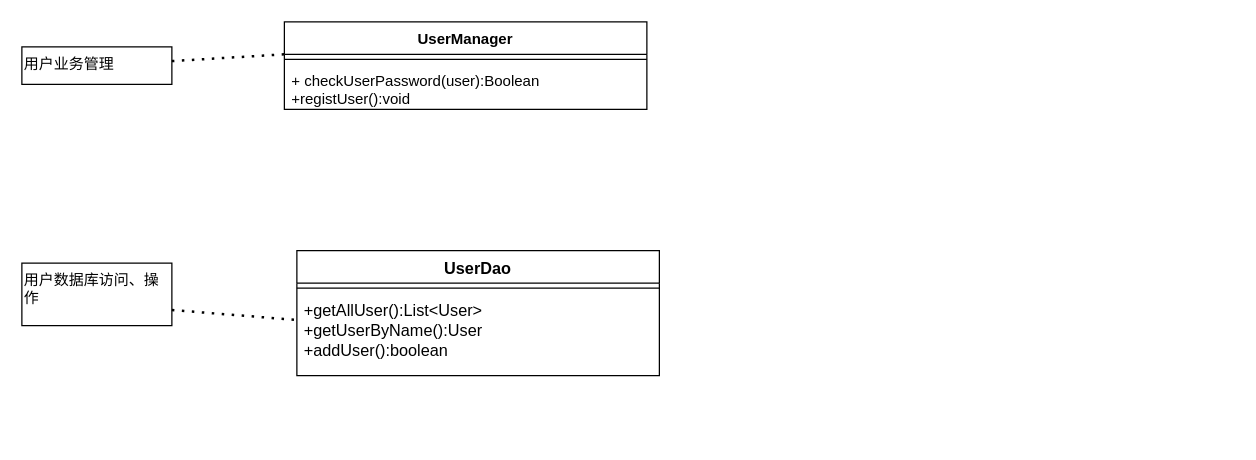
This is iodrawSourceFile/单一职责原则1.drawio from wolfdream080/ProgrammerDrawing, a draw.io file, before an edit. Source tidied: cells renumbered, new cells numbered last; positions are measured from the earlier drawing's top-left corner, leaving out a move shared by most shapes. Both pictures are drawn from the tidied source at 125%, with x=0, y=0 at pixel (21, 21).
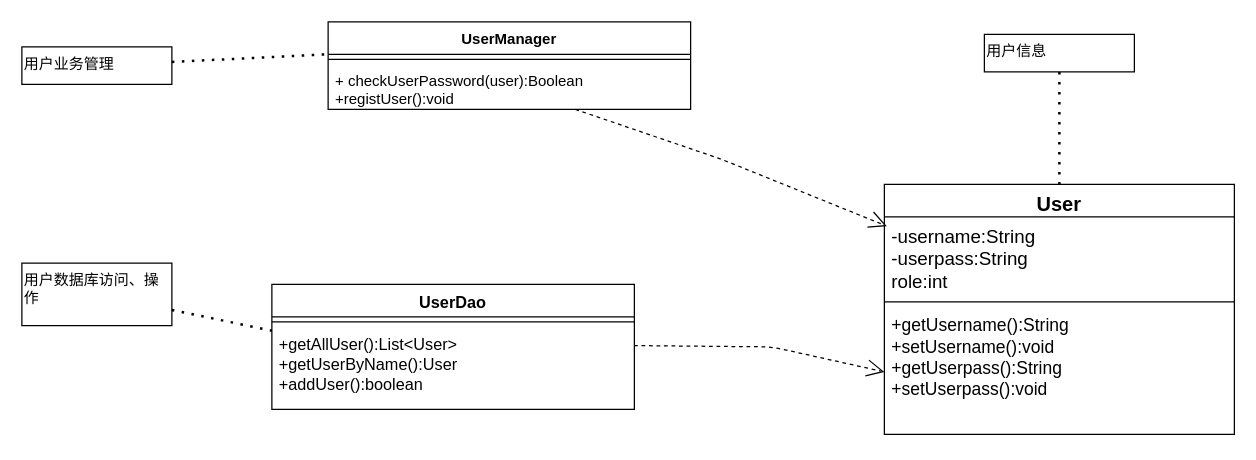
The same page after the edit.

Commit message (it also covers changes not shown here):
Update 单一职责原则1.drawio

The change refers to these unchanged cells:
```xml
<mxCell id="4" value="+ checkUserPassword(user):Boolean&#10;+registUser():void&#10;" style="text;strokeColor=none;fillColor=none;align=left;verticalAlign=top;spacingLeft=4;spacingRight=4;overflow=hidden;points=[[0,0.5],[1,0.5]];portConstraint=eastwest;" parent="2" vertex="1">
  <mxGeometry y="34" width="290" height="36" as="geometry" />
</mxCell>
<mxCell id="11" value="+getAllUser():List&lt;User&gt;&#10;+getUserByName():User&#10;+addUser():boolean" style="text;strokeColor=none;fillColor=none;align=left;verticalAlign=top;spacingLeft=4;spacingRight=4;overflow=hidden;points=[[0,0.5],[1,0.5]];portConstraint=eastwest;fontSize=13;" parent="9" vertex="1">
  <mxGeometry y="34" width="290" height="66" as="geometry" />
</mxCell>
```

What changed in the source:
```diff
@@
     <mxCell id="2" value="UserManager" style="swimlane;fontStyle=1;align=center;verticalAlign=top;horizontal=1;startSize=26;" parent="1" vertex="1">
-      <mxGeometry x="210" width="290" height="70" as="geometry" />
+      <mxGeometry x="245" width="290" height="70" as="geometry" />
     </mxCell>
@@
     <mxCell id="9" value="UserDao" style="swimlane;fontStyle=1;align=center;verticalAlign=top;horizontal=1;startSize=26;fontSize=13;" parent="1" vertex="1">
-      <mxGeometry x="220" y="183" width="290" height="100" as="geometry" />
+      <mxGeometry x="200" y="210" width="290" height="100" as="geometry" />
     </mxCell>
@@
+    <mxCell id="12" value="User" style="swimlane;fontStyle=1;align=center;verticalAlign=top;horizontal=1;startSize=26;shadow=0;glass=0;fontSize=16;gradientColor=none;" parent="1" vertex="1">
+      <mxGeometry x="690" y="130" width="280" height="200" as="geometry" />
+    </mxCell>
+    <mxCell id="13" value="-username:String&#10;-userpass:String&#10;role:int" style="text;strokeColor=none;fillColor=none;align=left;verticalAlign=top;spacingLeft=4;spacingRight=4;overflow=hidden;points=[[0,0.5],[1,0.5]];portConstraint=eastwest;horizontal=1;fontSize=15;" parent="12" vertex="1">
+      <mxGeometry y="26" width="280" height="64" as="geometry" />
+    </mxCell>
+    <mxCell id="14" style="line;strokeWidth=1;fillColor=none;align=left;verticalAlign=middle;spacingTop=-1;spacingLeft=3;spacingRight=3;labelPosition=right;" parent="12" vertex="1">
+      <mxGeometry y="90" width="280" height="8" as="geometry" />
+    </mxCell>
+    <mxCell id="15" value="+getUsername():String&#10;+setUsername():void&#10;+getUserpass():String&#10;+setUserpass():void" style="text;strokeColor=none;fillColor=none;align=left;verticalAlign=top;spacingLeft=4;spacingRight=4;overflow=hidden;fontSize=14;" parent="12" vertex="1">
+      <mxGeometry y="98" width="280" height="102" as="geometry" />
+    </mxCell>
+    <mxCell id="16" value="用户信息" style="rounded=0;whiteSpace=wrap;html=1;shadow=0;glass=0;gradientDirection=north;align=left;verticalAlign=top;" parent="1" vertex="1">
+      <mxGeometry x="770" y="10" width="120" height="30" as="geometry" />
+    </mxCell>
+    <mxCell id="17" style="endArrow=none;dashed=1;html=1;dashPattern=1 3;strokeWidth=2;" parent="1" edge="1" source="16" target="12">
+      <mxGeometry relative="1" as="geometry" />
+    </mxCell>
+    <mxCell id="18" style="endArrow=open;endSize=12;dashed=1;html=1;fontSize=16;entryX=0.007;entryY=0.116;entryDx=0;entryDy=0;entryPerimeter=0;" parent="1" edge="1" source="4" target="13">
+      <mxGeometry x="0.03" y="12" relative="1" as="geometry">
+        <Array as="points">
+          <mxPoint x="560" y="110" />
+        </Array>
+        <mxPoint y="1" as="offset" />
+      </mxGeometry>
+    </mxCell>
+    <mxCell id="19" style="endArrow=open;endSize=12;dashed=1;html=1;fontSize=16;exitX=0.999;exitY=0.227;exitDx=0;exitDy=0;exitPerimeter=0;" parent="1" edge="1" source="11">
+      <mxGeometry x="-0.04" y="20" relative="1" as="geometry">
+        <mxPoint x="690" y="280" as="targetPoint" />
+        <Array as="points">
+          <mxPoint x="600" y="260" />
+        </Array>
+      </mxGeometry>
+    </mxCell>
```
